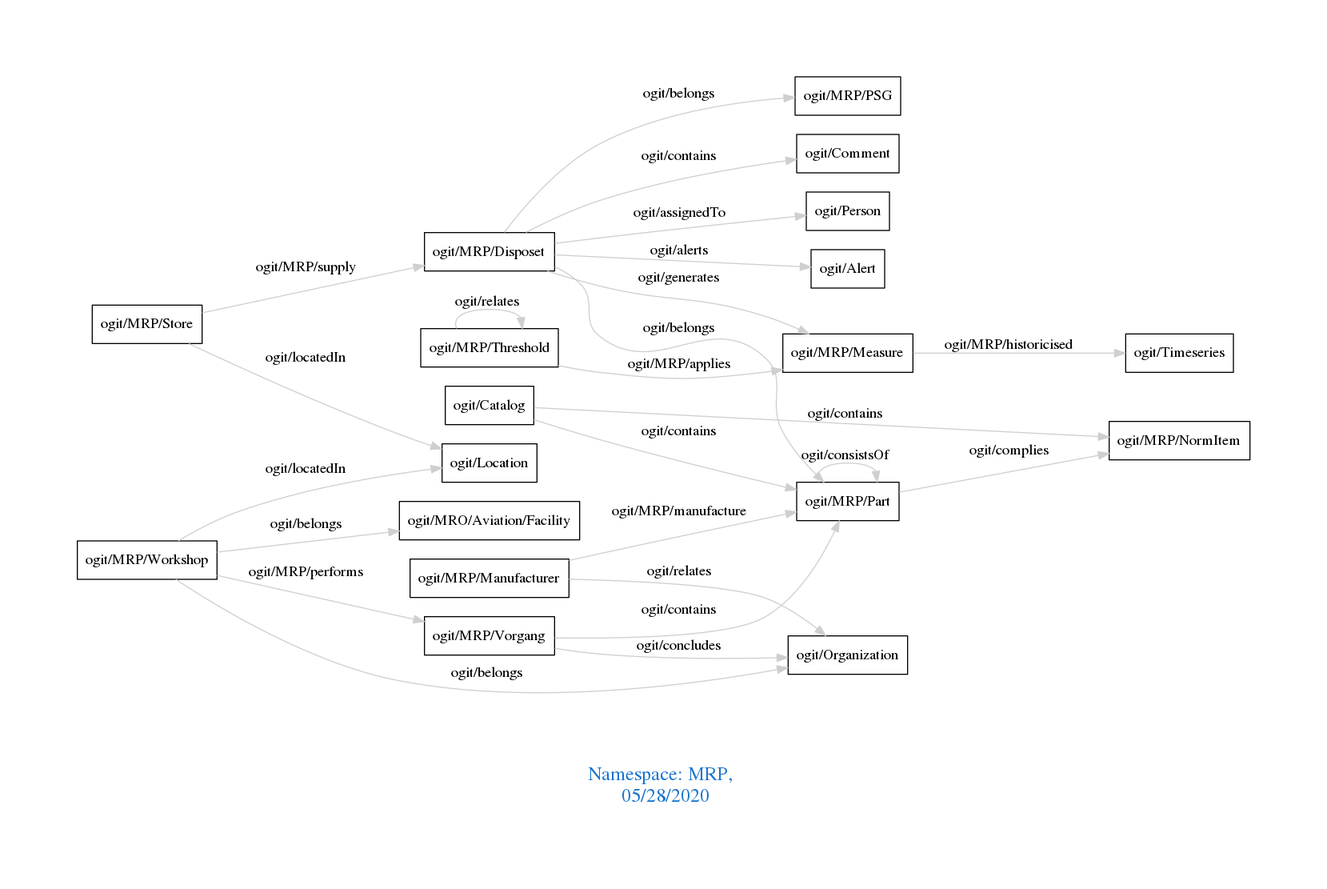
This is downloads/MRP.png from arago/OGIT, a Graphviz export, as it was before one commit. Its source is kept beside it as downloads/MRP.dot.
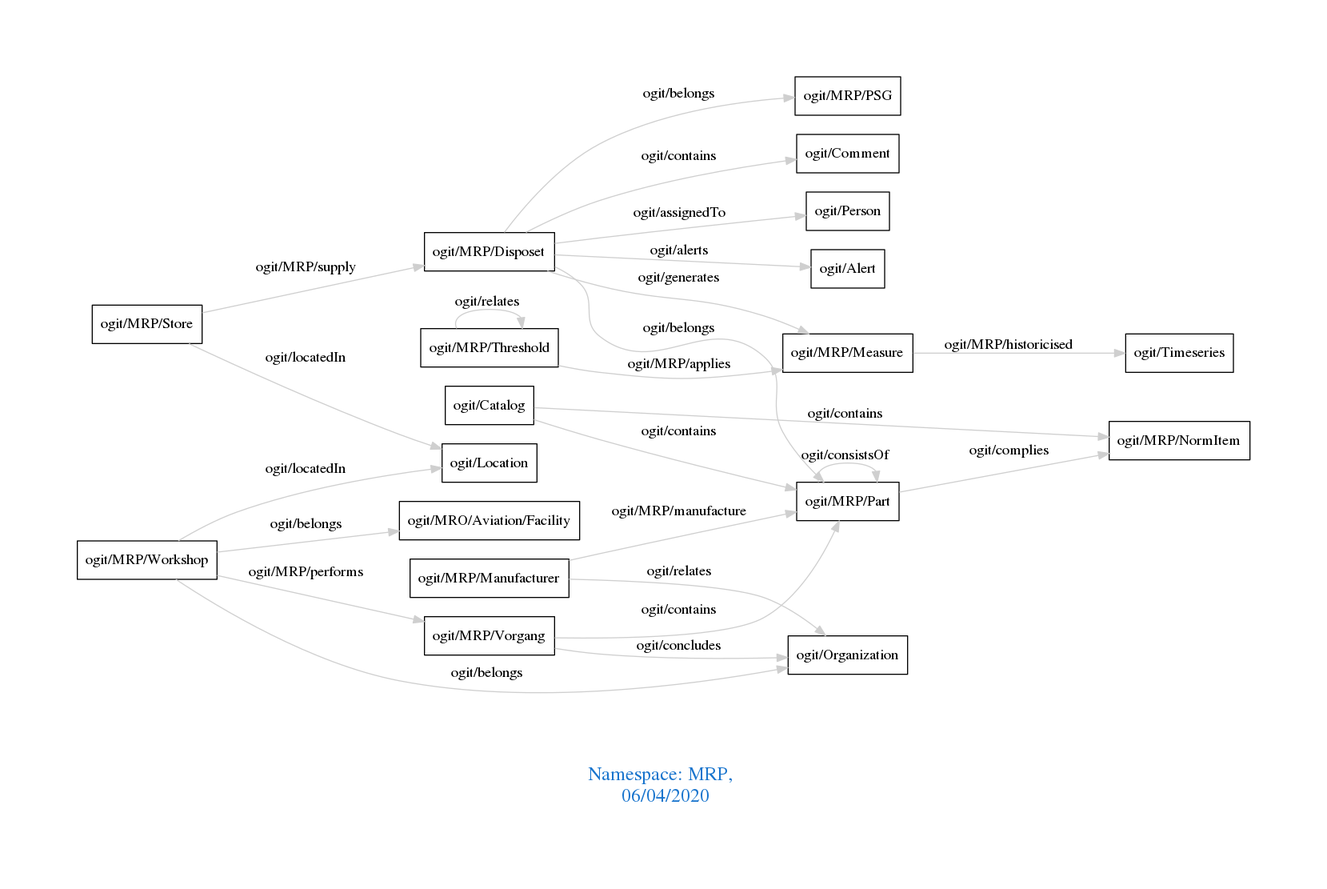
The same diagram one commit later.

The edit, as a diff of the source:
```diff
@@ -1,7 +1,7 @@
 digraph OGIT_ontology {
  graph [ rankdir= LR,pad=1
 fontsize = 18,
-fontcolor= dodgerblue3,label = "\n\n\nNamespace: MRP, \n 05/28/2020"];
+fontcolor= dodgerblue3,label = "\n\n\nNamespace: MRP, \n 06/04/2020"];
 node[shape=polygon];
 edge [  color="gray81"];
 
```
